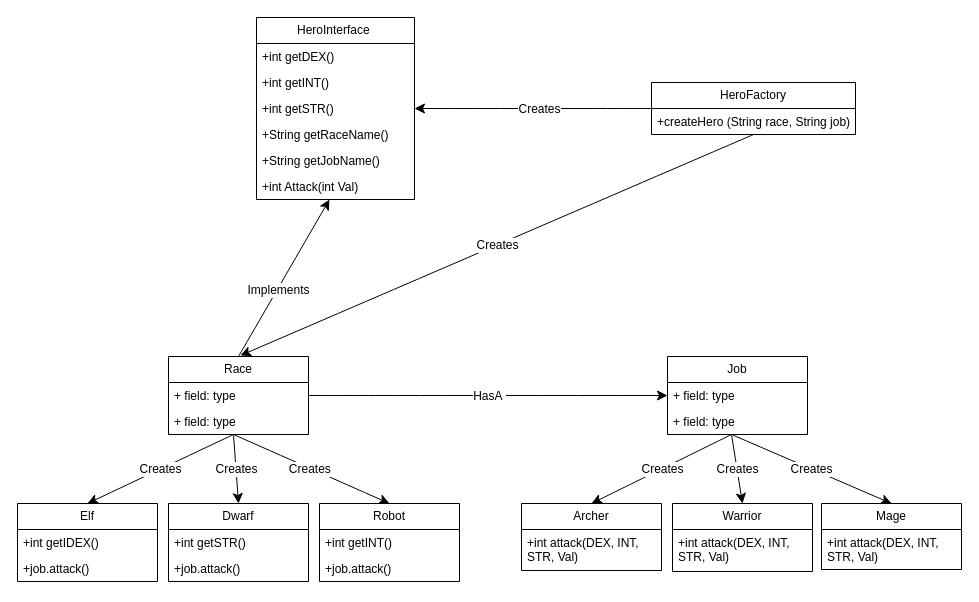
This is MyHero.drawio from jansen-tipmore/DS_Lab1, a draw.io file, before an edit. Source tidied: cells renumbered, new cells numbered last; positions are measured from the earlier drawing's top-left corner, leaving out a move shared by most shapes. Both pictures are drawn from the tidied source at 100%, with x=0, y=0 at pixel (17, 17).
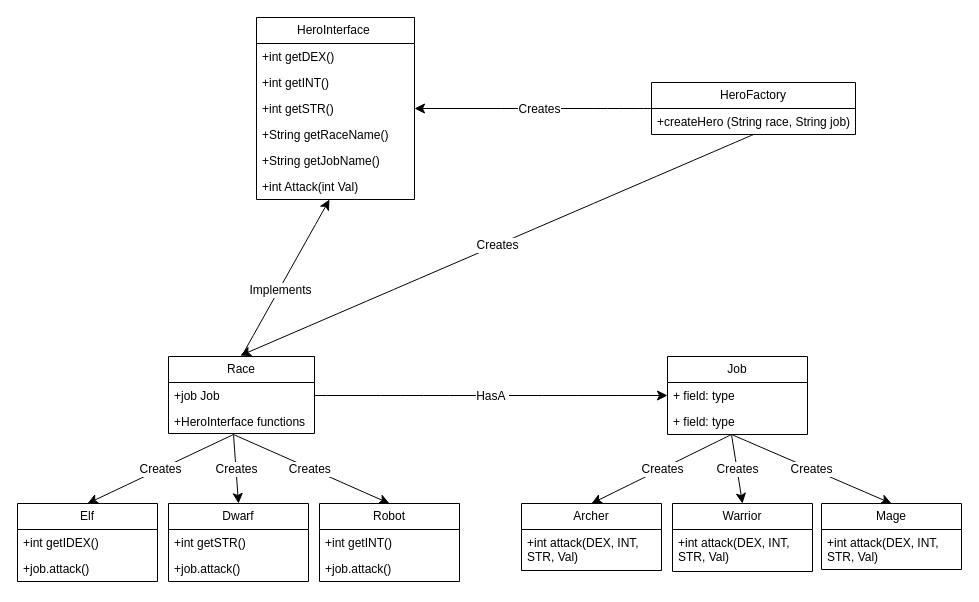
Above is the later version.

Diff of the diagram source:
```diff
@@
     <mxCell id="13" value="Race" style="swimlane;fontStyle=0;horizontal=1;startSize=26;fillColor=none;whiteSpace=wrap;html=1;" parent="1" vertex="1">
-      <mxGeometry x="151" y="339" width="140" height="78" as="geometry" />
+      <mxGeometry x="151" y="339" width="146" height="77" as="geometry" />
     </mxCell>
-    <mxCell id="14" value="+ field: type" style="text;strokeColor=none;fillColor=none;align=left;verticalAlign=top;spacingLeft=4;spacingRight=4;overflow=hidden;points=[[0,0.5],[1,0.5]];portConstraint=eastwest;whiteSpace=wrap;html=1;" parent="13" vertex="1">
-      <mxGeometry y="26" width="140" height="26" as="geometry" />
+    <mxCell id="14" value="+job Job" style="text;strokeColor=none;fillColor=none;align=left;verticalAlign=top;spacingLeft=4;spacingRight=4;overflow=hidden;points=[[0,0.5],[1,0.5]];portConstraint=eastwest;whiteSpace=wrap;html=1;" parent="13" vertex="1">
+      <mxGeometry y="26" width="146" height="26" as="geometry" />
     </mxCell>
-    <mxCell id="15" value="+ field: type" style="text;strokeColor=none;fillColor=none;align=left;verticalAlign=top;spacingLeft=4;spacingRight=4;overflow=hidden;whiteSpace=wrap;html=1;" parent="13" vertex="1">
-      <mxGeometry y="52" width="140" height="26" as="geometry" />
+    <mxCell id="15" value="+HeroInterface functions" style="text;strokeColor=none;fillColor=none;align=left;verticalAlign=top;spacingLeft=4;spacingRight=4;overflow=hidden;whiteSpace=wrap;html=1;" parent="13" vertex="1">
+      <mxGeometry y="52" width="146" height="25" as="geometry" />
     </mxCell>
```
